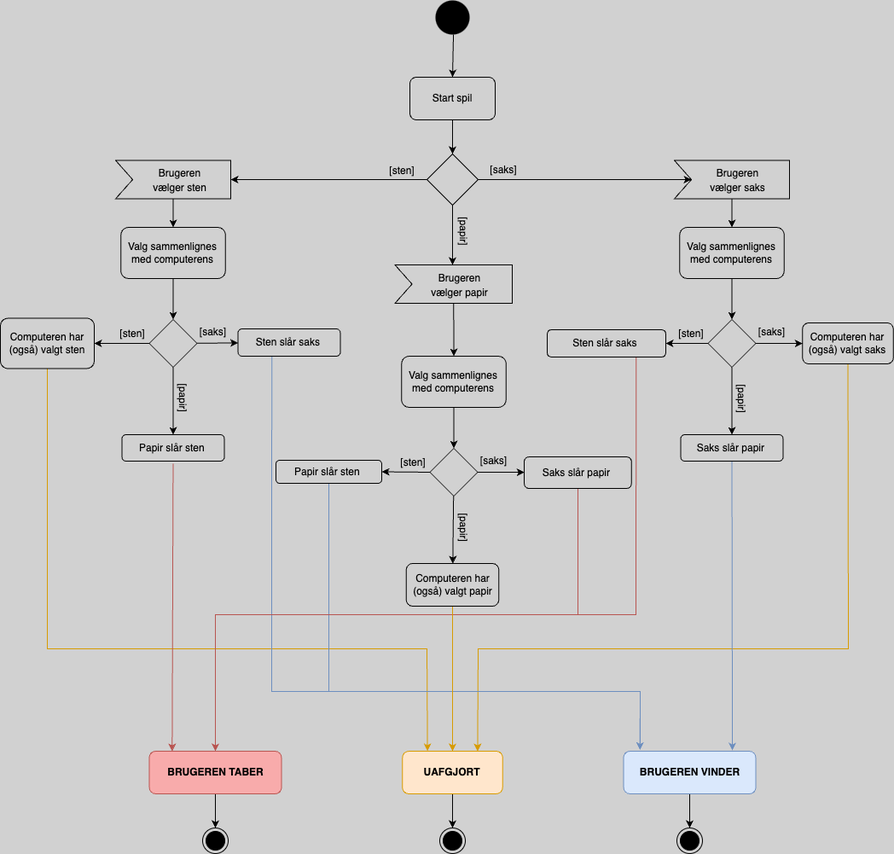
Above: rockpaperscissors/aktivitetsdiagram.png in Lamo0004/exercises (draw.io), before the change. Source tidied: cells renumbered, new cells last; positions are measured from the earlier drawing's top-left corner, leaving out a move shared by most shapes.
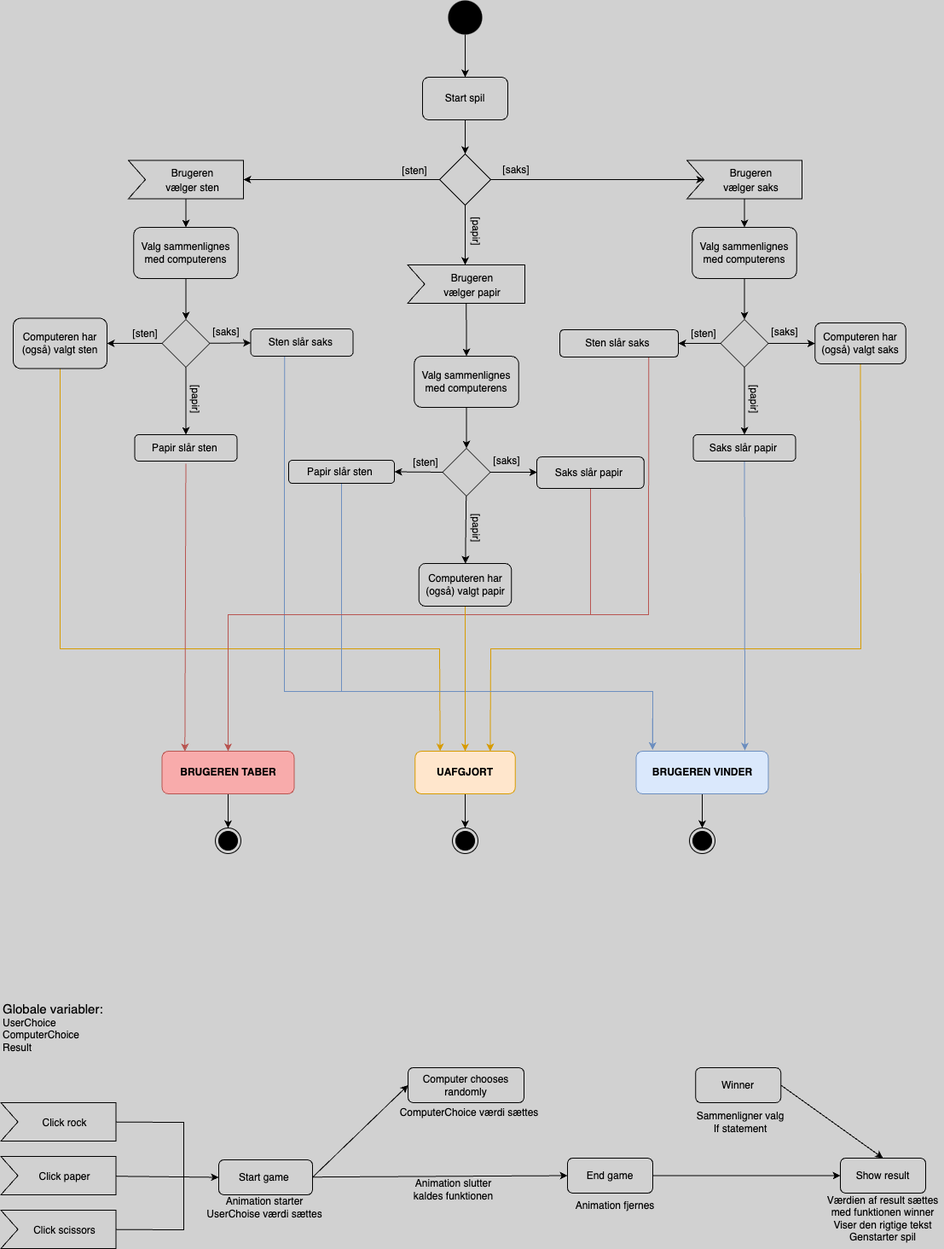
After the change.

Commit message:
nyt diagram

What changed in the source:
```diff
@@ -254,5 +254,81 @@
     <mxCell id="72" style="ellipse;html=1;shape=endState;fillColor=strokeColor;rounded=0;shadow=0;sketch=0;strokeColor=#000000;fontSize=12;fontColor=#000000;" parent="1" vertex="1">
       <mxGeometry x="237" y="970" width="30" height="30" as="geometry" />
     </mxCell>
+    <mxCell id="73" style="edgeStyle=none;html=1;entryX=0;entryY=0.5;entryDx=0;entryDy=0;strokeColor=#000000;fontColor=#000000;endArrow=classic;endFill=1;exitX=1;exitY=0.5;exitDx=0;exitDy=0;" parent="1" edge="1" source="75" target="82">
+      <mxGeometry relative="1" as="geometry" />
+    </mxCell>
+    <mxCell id="74" style="edgeStyle=none;rounded=0;html=1;entryX=0;entryY=0.5;entryDx=0;entryDy=0;strokeColor=#000000;fontColor=#000000;startArrow=none;startFill=0;endArrow=classic;endFill=1;" parent="1" edge="1" source="75" target="85">
+      <mxGeometry relative="1" as="geometry" />
+    </mxCell>
+    <mxCell id="75" value="&lt;font color=&quot;#000000&quot;&gt;Start game&amp;nbsp;&lt;br&gt;&lt;/font&gt;" style="whiteSpace=wrap;html=1;fillColor=none;strokeColor=#000000;rounded=1;" parent="1" vertex="1">
+      <mxGeometry x="241" y="1359" width="110" height="41" as="geometry" />
+    </mxCell>
+    <mxCell id="76" style="edgeStyle=none;html=1;fontColor=#000000;strokeColor=#000000;endArrow=none;endFill=0;rounded=0;" parent="1" edge="1" source="77">
+      <mxGeometry relative="1" as="geometry">
+        <mxPoint x="200" y="1380" as="targetPoint" />
+        <Array as="points">
+          <mxPoint x="200" y="1315" />
+        </Array>
+      </mxGeometry>
+    </mxCell>
+    <mxCell id="77" value="&lt;span style=&quot;font-size: 12px;&quot;&gt;Click rock&lt;/span&gt;" style="html=1;shape=mxgraph.infographic.ribbonSimple;notch1=20;notch2=0;align=center;verticalAlign=middle;fontSize=14;fontStyle=0;fillColor=none;flipH=0;spacingRight=0;spacingLeft=14;rounded=0;shadow=0;sketch=0;strokeColor=#000000;fontColor=#000000;" parent="1" vertex="1">
+      <mxGeometry x="-14.5" y="1292" width="135" height="45" as="geometry" />
+    </mxCell>
+    <mxCell id="78" style="edgeStyle=none;html=1;entryX=0;entryY=0.5;entryDx=0;entryDy=0;fontColor=#000000;strokeColor=#000000;endArrow=classic;endFill=1;" parent="1" edge="1" source="79" target="75">
+      <mxGeometry relative="1" as="geometry" />
+    </mxCell>
+    <mxCell id="79" value="&lt;span style=&quot;font-size: 12px;&quot;&gt;Click paper&lt;/span&gt;" style="html=1;shape=mxgraph.infographic.ribbonSimple;notch1=20;notch2=0;align=center;verticalAlign=middle;fontSize=14;fontStyle=0;fillColor=none;flipH=0;spacingRight=0;spacingLeft=14;rounded=0;shadow=0;sketch=0;strokeColor=#000000;fontColor=#000000;" parent="1" vertex="1">
+      <mxGeometry x="-14.5" y="1355" width="135" height="45" as="geometry" />
+    </mxCell>
+    <mxCell id="80" style="edgeStyle=none;html=1;fontColor=#000000;strokeColor=#000000;endArrow=none;endFill=0;rounded=0;" parent="1" edge="1" source="81">
+      <mxGeometry relative="1" as="geometry">
+        <mxPoint x="200" y="1379" as="targetPoint" />
+        <Array as="points">
+          <mxPoint x="200" y="1441" />
+        </Array>
+      </mxGeometry>
+    </mxCell>
+    <mxCell id="81" value="&lt;span style=&quot;font-size: 12px;&quot;&gt;Click scissors&lt;/span&gt;" style="html=1;shape=mxgraph.infographic.ribbonSimple;notch1=20;notch2=0;align=center;verticalAlign=middle;fontSize=14;fontStyle=0;fillColor=none;flipH=0;spacingRight=0;spacingLeft=14;rounded=0;shadow=0;sketch=0;strokeColor=#000000;fontColor=#000000;" parent="1" vertex="1">
+      <mxGeometry x="-14.5" y="1418" width="135" height="45" as="geometry" />
+    </mxCell>
+    <mxCell id="82" value="&lt;font color=&quot;#000000&quot;&gt;Computer chooses randomly&lt;br&gt;&lt;/font&gt;" style="whiteSpace=wrap;html=1;fillColor=none;strokeColor=#000000;rounded=1;" parent="1" vertex="1">
+      <mxGeometry x="463" y="1251" width="136" height="41" as="geometry" />
+    </mxCell>
+    <mxCell id="83" value="&lt;font color=&quot;#000000&quot;&gt;Animation starter&lt;br&gt;UserChoise værdi sættes&lt;br&gt;&lt;/font&gt;" style="text;html=1;strokeColor=none;fillColor=none;align=center;verticalAlign=middle;whiteSpace=wrap;rounded=0;" parent="1" vertex="1">
+      <mxGeometry x="219.5" y="1400" width="150" height="30" as="geometry" />
+    </mxCell>
+    <mxCell id="84" style="edgeStyle=none;rounded=0;html=1;entryX=0;entryY=0.5;entryDx=0;entryDy=0;strokeColor=#000000;fontColor=#000000;startArrow=none;startFill=0;endArrow=classic;endFill=1;" parent="1" edge="1" source="85" target="87">
+      <mxGeometry relative="1" as="geometry" />
+    </mxCell>
+    <mxCell id="85" value="&lt;font color=&quot;#000000&quot;&gt;End game&lt;br&gt;&lt;/font&gt;" style="whiteSpace=wrap;html=1;fillColor=none;strokeColor=#000000;rounded=1;" parent="1" vertex="1">
+      <mxGeometry x="650" y="1357" width="100" height="41" as="geometry" />
+    </mxCell>
+    <mxCell id="86" value="&lt;font color=&quot;#000000&quot;&gt;Animation fjernes&lt;/font&gt;" style="text;html=1;strokeColor=none;fillColor=none;align=center;verticalAlign=middle;whiteSpace=wrap;rounded=0;" parent="1" vertex="1">
+      <mxGeometry x="650" y="1398" width="112" height="30" as="geometry" />
+    </mxCell>
+    <mxCell id="87" value="&lt;font color=&quot;#000000&quot;&gt;Show result&lt;br&gt;&lt;/font&gt;" style="whiteSpace=wrap;html=1;fillColor=none;strokeColor=#000000;rounded=1;" parent="1" vertex="1">
+      <mxGeometry x="970" y="1357" width="100" height="41" as="geometry" />
+    </mxCell>
+    <mxCell id="88" style="edgeStyle=none;rounded=0;html=1;entryX=0.5;entryY=0;entryDx=0;entryDy=0;strokeColor=#000000;fontColor=#000000;startArrow=none;startFill=0;endArrow=classic;endFill=1;exitX=1;exitY=0.5;exitDx=0;exitDy=0;" parent="1" edge="1" source="89" target="87">
+      <mxGeometry relative="1" as="geometry" />
+    </mxCell>
+    <mxCell id="89" value="&lt;font color=&quot;#000000&quot;&gt;Winner&lt;br&gt;&lt;/font&gt;" style="whiteSpace=wrap;html=1;fillColor=none;strokeColor=#000000;rounded=1;" parent="1" vertex="1">
+      <mxGeometry x="800.2" y="1251" width="100" height="41" as="geometry" />
+    </mxCell>
+    <mxCell id="90" value="&lt;font color=&quot;#000000&quot;&gt;Sammenligner valg &lt;br&gt;If statement&lt;br&gt;&lt;/font&gt;" style="text;html=1;strokeColor=none;fillColor=none;align=center;verticalAlign=middle;whiteSpace=wrap;rounded=0;" parent="1" vertex="1">
+      <mxGeometry x="767.4" y="1299.5" width="172.2" height="30" as="geometry" />
+    </mxCell>
+    <mxCell id="91" value="&lt;span style=&quot;color: rgb(0, 0, 0);&quot;&gt;Værdien af result sættes med funktionen winner&lt;/span&gt;&lt;font color=&quot;#000000&quot;&gt;&lt;br&gt;Viser den rigtige tekst&lt;br&gt;Genstarter spil&lt;br&gt;&lt;/font&gt;" style="text;html=1;strokeColor=none;fillColor=none;align=center;verticalAlign=middle;whiteSpace=wrap;rounded=0;" parent="1" vertex="1">
+      <mxGeometry x="949" y="1392" width="142" height="71" as="geometry" />
+    </mxCell>
+    <mxCell id="92" value="&lt;font style=&quot;font-size: 15px;&quot;&gt;Globale variabler:&lt;/font&gt;&lt;br&gt;UserChoice&lt;br&gt;ComputerChoice&lt;br&gt;Result&amp;nbsp;" style="text;html=1;strokeColor=none;fillColor=none;align=left;verticalAlign=middle;whiteSpace=wrap;rounded=0;fontColor=#000000;" parent="1" vertex="1">
+      <mxGeometry x="-14.5" y="1169" width="148" height="70" as="geometry" />
+    </mxCell>
+    <mxCell id="93" value="&lt;font color=&quot;#000000&quot;&gt;Animation slutter kaldes funktionen&lt;br&gt;&lt;/font&gt;" style="text;html=1;strokeColor=none;fillColor=none;align=center;verticalAlign=middle;whiteSpace=wrap;rounded=0;" parent="1" vertex="1">
+      <mxGeometry x="452.8" y="1379" width="127" height="30" as="geometry" />
+    </mxCell>
+    <mxCell id="94" value="&lt;font color=&quot;#000000&quot;&gt;ComputerChoice værdi sættes&lt;/font&gt;" style="text;html=1;strokeColor=none;fillColor=none;align=center;verticalAlign=middle;whiteSpace=wrap;rounded=0;" parent="1" vertex="1">
+      <mxGeometry x="449.5" y="1289" width="170" height="30" as="geometry" />
+    </mxCell>
   </root>
 </mxGraphModel>
```
